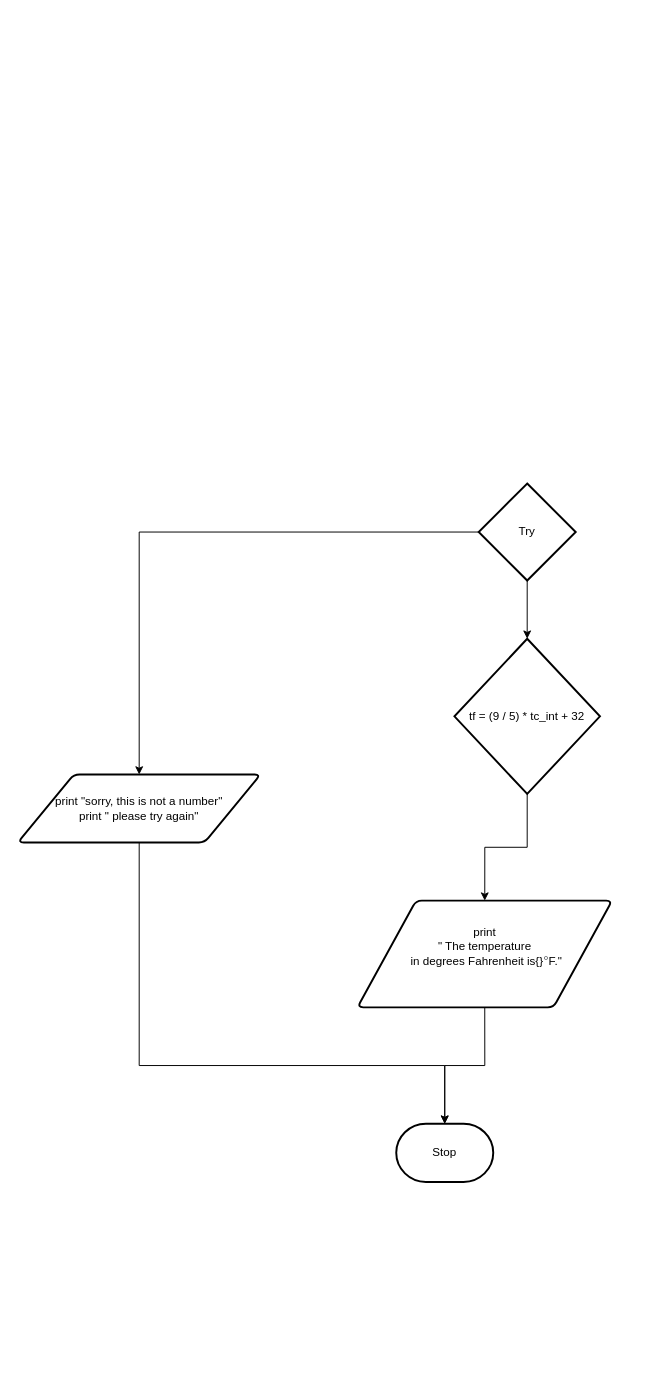
huihangisaac-ho/ICS3U-Unit5-01-Python keeps this draw.io diagram as Flow-Chart.drawio. Above is the earlier version. Source tidied: cells renumbered, new cells numbered last; positions are measured from the earlier drawing's top-left corner, leaving out a move shared by most shapes. Both pictures are drawn from the tidied source at 97%, with x=0, y=0 at pixel (17, 483).
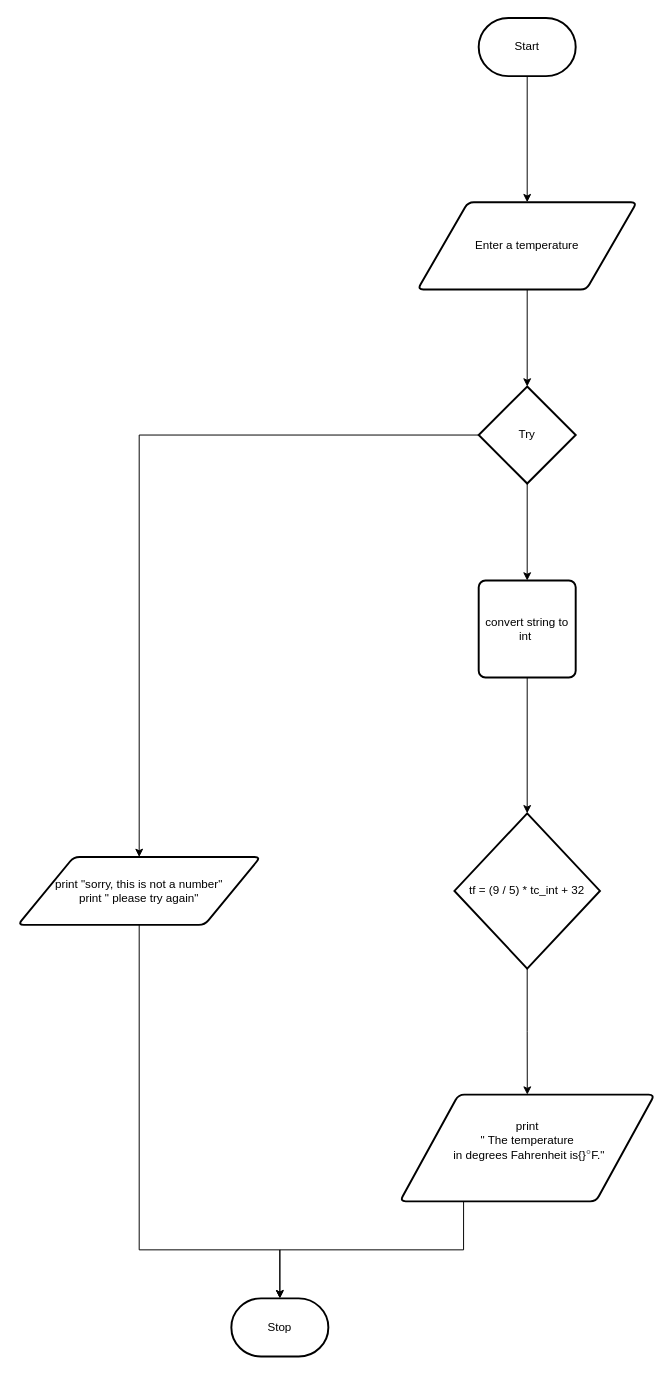
The same page after the edit.

The edit, as a diff of the source:
```diff
@@
 <mxGraphModel>
   <root>
     <mxCell id="0" />
     <mxCell id="1" parent="0" />
-    <mxCell id="2" style="edgeStyle=orthogonalEdgeStyle;html=1;exitX=0.5;exitY=1;exitDx=0;exitDy=0;exitPerimeter=0;entryX=0.5;entryY=0;entryDx=0;entryDy=0;rounded=0;" parent="1" edge="1" source="3" target="5">
+    <mxCell id="2" style="edgeStyle=orthogonalEdgeStyle;rounded=0;html=1;" parent="1" edge="1" source="3" target="5">
       <mxGeometry relative="1" as="geometry" />
     </mxCell>
     <mxCell id="3" value="tf = (9 / 5) * tc_int + 32" style="strokeWidth=2;html=1;shape=mxgraph.flowchart.decision;whiteSpace=wrap;" parent="1" vertex="1">
-      <mxGeometry x="450" y="160" width="150" height="160" as="geometry" />
+      <mxGeometry x="450" y="340" width="150" height="160" as="geometry" />
     </mxCell>
-    <mxCell id="4" style="edgeStyle=orthogonalEdgeStyle;rounded=0;html=1;exitX=0.5;exitY=1;exitDx=0;exitDy=0;entryX=0.5;entryY=0;entryDx=0;entryDy=0;entryPerimeter=0;" parent="1" edge="1" source="5" target="11">
+    <mxCell id="4" style="edgeStyle=orthogonalEdgeStyle;rounded=0;html=1;exitX=0.25;exitY=1;exitDx=0;exitDy=0;entryX=0.5;entryY=0;entryDx=0;entryDy=0;entryPerimeter=0;" parent="1" edge="1" source="5" target="11">
       <mxGeometry relative="1" as="geometry" />
     </mxCell>
     <mxCell id="5" value="print&lt;br&gt;&quot; The temperature&lt;br&gt;&amp;nbsp;in degrees Fahrenheit is{}&lt;span style=&quot;color: rgb(77 , 81 , 86) ; font-family: &amp;#34;arial&amp;#34; , sans-serif ; font-size: 14px ; text-align: left ; background-color: rgb(255 , 255 , 255)&quot;&gt;°&lt;/span&gt;F.&quot;&lt;br&gt;&amp;nbsp;" style="shape=parallelogram;html=1;strokeWidth=2;perimeter=parallelogramPerimeter;whiteSpace=wrap;rounded=1;arcSize=12;size=0.23;" parent="1" vertex="1">
-      <mxGeometry x="350" y="430" width="262.5" height="110" as="geometry" />
+      <mxGeometry x="393.8" y="630" width="262.5" height="110" as="geometry" />
     </mxCell>
-    <mxCell id="6" style="edgeStyle=orthogonalEdgeStyle;rounded=0;html=1;exitX=0.5;exitY=1;exitDx=0;exitDy=0;exitPerimeter=0;" parent="1" edge="1" source="8" target="3">
-      <mxGeometry relative="1" as="geometry" />
-    </mxCell>
+    <mxCell id="12" style="edgeStyle=orthogonalEdgeStyle;rounded=0;html=1;exitX=0.5;exitY=1;exitDx=0;exitDy=0;exitPerimeter=0;" parent="1" edge="1" source="8" target="18">
+      <mxGeometry relative="1" as="geometry" />
+    </mxCell>
-    <mxCell id="7" style="edgeStyle=orthogonalEdgeStyle;rounded=0;html=1;exitX=0;exitY=0.5;exitDx=0;exitDy=0;exitPerimeter=0;entryX=0.5;entryY=0;entryDx=0;entryDy=0;" parent="1" edge="1" source="8" target="10">
+    <mxCell id="7" style="edgeStyle=orthogonalEdgeStyle;rounded=0;html=1;exitX=0;exitY=0.5;exitDx=0;exitDy=0;exitPerimeter=0;" parent="1" edge="1" source="8" target="10">
       <mxGeometry relative="1" as="geometry" />
     </mxCell>
     <mxCell id="8" value="Try" style="strokeWidth=2;html=1;shape=mxgraph.flowchart.decision;whiteSpace=wrap;" parent="1" vertex="1">
-      <mxGeometry x="475" width="100" height="100" as="geometry" />
+      <mxGeometry x="475" y="-100" width="100" height="100" as="geometry" />
     </mxCell>
     <mxCell id="9" style="edgeStyle=orthogonalEdgeStyle;rounded=0;html=1;exitX=0.5;exitY=1;exitDx=0;exitDy=0;entryX=0.5;entryY=0;entryDx=0;entryDy=0;entryPerimeter=0;" parent="1" edge="1" source="10" target="11">
       <mxGeometry relative="1" as="geometry">
         <Array as="points">
-          <mxPoint x="125" y="600" />
-          <mxPoint x="440" y="600" />
+          <mxPoint x="125" y="790" />
+          <mxPoint x="270" y="790" />
         </Array>
       </mxGeometry>
     </mxCell>
     <mxCell id="10" value="print &quot;sorry, this is not a number&quot;&lt;br&gt;print &quot; please try again&quot;" style="shape=parallelogram;html=1;strokeWidth=2;perimeter=parallelogramPerimeter;whiteSpace=wrap;rounded=1;arcSize=12;size=0.23;" parent="1" vertex="1">
-      <mxGeometry y="300" width="250" height="70" as="geometry" />
+      <mxGeometry y="385" width="250" height="70" as="geometry" />
     </mxCell>
     <mxCell id="11" value="Stop" style="strokeWidth=2;html=1;shape=mxgraph.flowchart.terminator;whiteSpace=wrap;" parent="1" vertex="1">
-      <mxGeometry x="390" y="660" width="100" height="60" as="geometry" />
+      <mxGeometry x="220" y="840" width="100" height="60" as="geometry" />
     </mxCell>
+    <mxCell id="13" style="edgeStyle=orthogonalEdgeStyle;rounded=0;html=1;exitX=0.5;exitY=1;exitDx=0;exitDy=0;exitPerimeter=0;" parent="1" edge="1" source="14" target="16">
+      <mxGeometry relative="1" as="geometry" />
+    </mxCell>
+    <mxCell id="14" value="Start" style="strokeWidth=2;html=1;shape=mxgraph.flowchart.terminator;whiteSpace=wrap;" parent="1" vertex="1">
+      <mxGeometry x="475" y="-480" width="100" height="60" as="geometry" />
+    </mxCell>
+    <mxCell id="15" style="edgeStyle=orthogonalEdgeStyle;html=1;exitX=0.5;exitY=1;exitDx=0;exitDy=0;entryX=0.5;entryY=0;entryDx=0;entryDy=0;entryPerimeter=0;rounded=0;" parent="1" edge="1" source="16" target="8">
+      <mxGeometry relative="1" as="geometry" />
+    </mxCell>
+    <mxCell id="16" value="Enter a temperature&lt;br&gt;" style="shape=parallelogram;html=1;strokeWidth=2;perimeter=parallelogramPerimeter;whiteSpace=wrap;rounded=1;arcSize=12;size=0.23;" parent="1" vertex="1">
+      <mxGeometry x="412" y="-290" width="226" height="90" as="geometry" />
+    </mxCell>
+    <mxCell id="17" style="edgeStyle=orthogonalEdgeStyle;rounded=0;html=1;exitX=0.5;exitY=1;exitDx=0;exitDy=0;entryX=0.5;entryY=0;entryDx=0;entryDy=0;entryPerimeter=0;" parent="1" edge="1" source="18" target="3">
+      <mxGeometry relative="1" as="geometry" />
+    </mxCell>
+    <mxCell id="18" value="convert string to int&amp;nbsp;" style="rounded=1;whiteSpace=wrap;html=1;absoluteArcSize=1;arcSize=14;strokeWidth=2;" parent="1" vertex="1">
+      <mxGeometry x="475" y="100" width="100" height="100" as="geometry" />
+    </mxCell>
   </root>
 </mxGraphModel>
```
